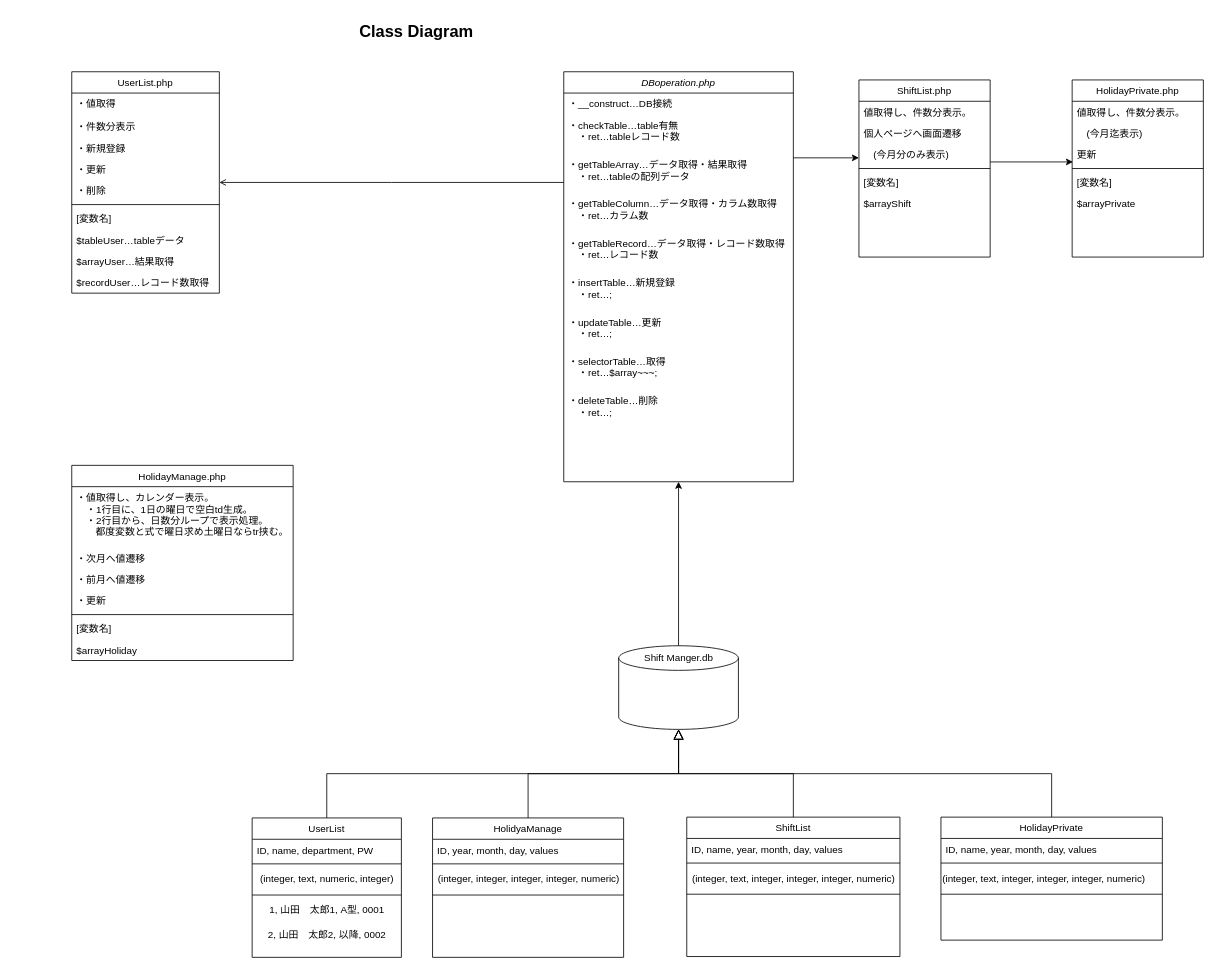
Above: Class Diagram.drawio in koji79/koji79 (draw.io), before the change. Source tidied: cells renumbered, new cells numbered last; positions are measured from the earlier drawing's top-left corner, leaving out a move shared by most shapes. Both pictures are drawn from the tidied source at 82%, with x=0, y=0 at pixel (71, 14).
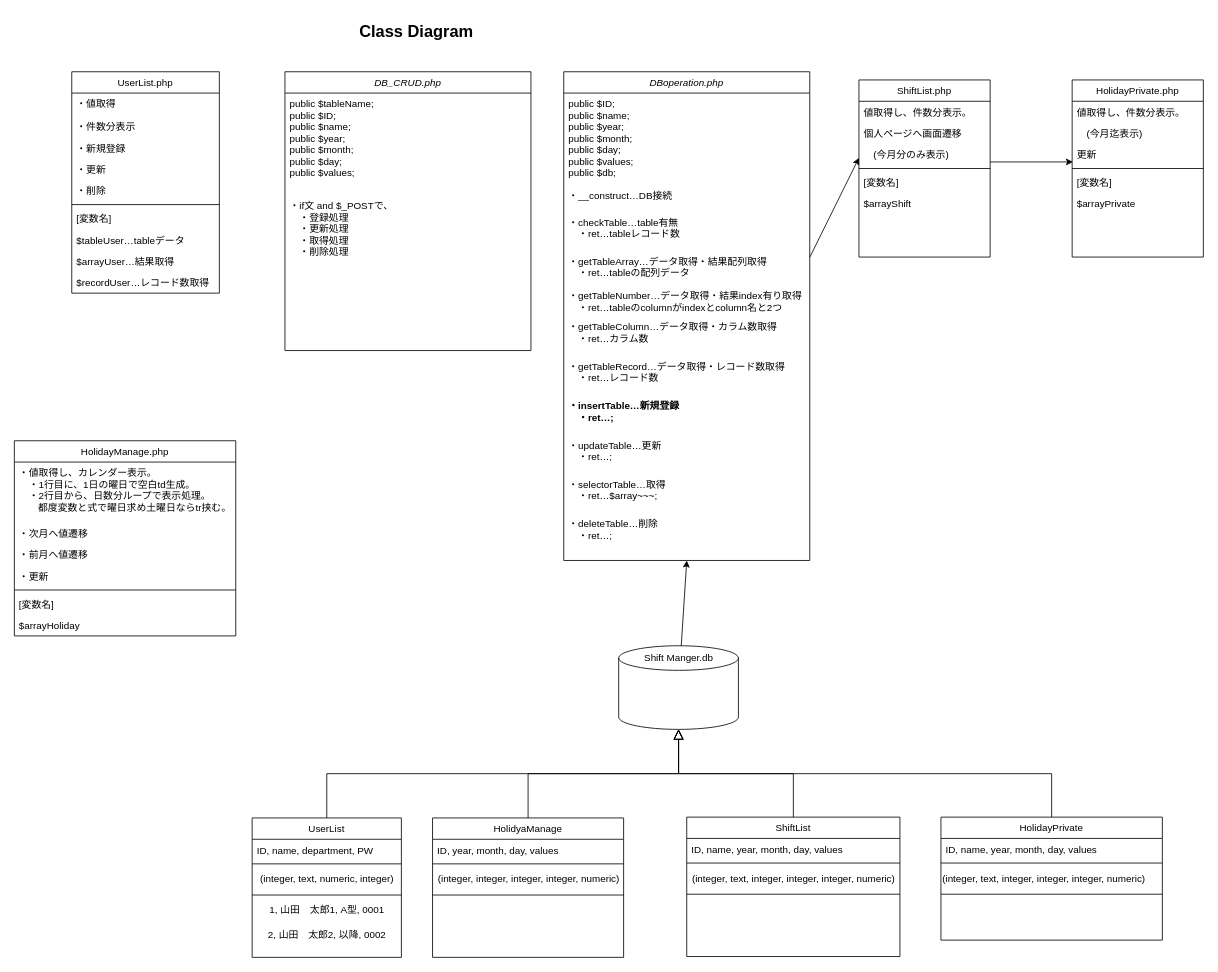
The same page after the edit.

Commit message:
Class Diagram.drawio を更新します

The change refers to these unchanged cells:
```xml
<mxCell id="20" value="UserList.php" style="swimlane;fontStyle=0;align=center;verticalAlign=top;horizontal=1;startSize=26;rounded=0;shadow=0;strokeWidth=1;" parent="1" vertex="1">
  <mxGeometry y="70" width="180" height="270" as="geometry" />
</mxCell>
```

The edit, as a diff of the source:
```diff
@@
     <mxCell id="2" value="DBoperation.php" style="swimlane;fontStyle=2;align=center;verticalAlign=top;horizontal=1;startSize=26;rounded=0;shadow=0;strokeWidth=1;" parent="1" vertex="1">
-      <mxGeometry x="600" y="70" width="280" height="500" as="geometry" />
+      <mxGeometry x="600" y="70" width="300" height="596" as="geometry" />
     </mxCell>
-    <mxCell id="3" value="・__construct…DB接続" style="text;align=left;verticalAlign=top;spacingLeft=4;spacingRight=4;overflow=hidden;" parent="2" vertex="1">
-      <mxGeometry y="26" width="280" height="26" as="geometry" />
+    <mxCell id="3" value="    public $ID;&#10;    public $name;&#10;    public $year;&#10;    public $month;&#10;    public $day;&#10;    public $values;&#10;    public $db;&#10;&#10;・__construct…DB接続" style="text;align=left;verticalAlign=top;spacingLeft=4;spacingRight=4;overflow=hidden;" parent="2" vertex="1">
+      <mxGeometry y="26" width="300" height="144" as="geometry" />
     </mxCell>
     <mxCell id="4" value="・checkTable…table有無&#10;　・ret…tableレコード数" style="text;align=left;verticalAlign=top;spacingLeft=4;spacingRight=4;overflow=hidden;rounded=0;shadow=0;html=0;" parent="2" vertex="1">
-      <mxGeometry y="52" width="280" height="48" as="geometry" />
+      <mxGeometry y="170" width="300" height="48" as="geometry" />
     </mxCell>
-    <mxCell id="5" value="・getTableArray…データ取得・結果取得&#10;　・ret…tableの配列データ&#10;" style="text;align=left;verticalAlign=top;spacingLeft=4;spacingRight=4;overflow=hidden;points=[[0,0.5],[1,0.5]];portConstraint=eastwest;rounded=0;shadow=0;html=0;" parent="2" vertex="1">
-      <mxGeometry y="100" width="280" height="48" as="geometry" />
+    <mxCell id="5" value="・getTableArray…データ取得・結果配列取得&#10;　・ret…tableの配列データ&#10;&#10;・getTableNumber…データ取得・結果index有り取得&#10;　・ret…tableのcolumnがindexとcolumn名と2つ" style="text;align=left;verticalAlign=top;spacingLeft=4;spacingRight=4;overflow=hidden;points=[[0,0.5],[1,0.5]];portConstraint=eastwest;rounded=0;shadow=0;html=0;" parent="2" vertex="1">
+      <mxGeometry y="218" width="300" height="80" as="geometry" />
     </mxCell>
     <mxCell id="6" value="・getTableColumn…データ取得・カラム数取得&#10;　・ret…カラム数&#10;" style="text;align=left;verticalAlign=top;spacingLeft=4;spacingRight=4;overflow=hidden;rounded=0;shadow=0;html=0;" parent="2" vertex="1">
-      <mxGeometry y="148" width="280" height="48" as="geometry" />
+      <mxGeometry y="298" width="300" height="48" as="geometry" />
     </mxCell>
     <mxCell id="7" value="・getTableRecord…データ取得・レコード数取得&#10;　・ret…レコード数&#10;" style="text;align=left;verticalAlign=top;spacingLeft=4;spacingRight=4;overflow=hidden;rounded=0;shadow=0;html=0;" parent="2" vertex="1">
-      <mxGeometry y="196" width="280" height="48" as="geometry" />
+      <mxGeometry y="346" width="300" height="48" as="geometry" />
     </mxCell>
-    <mxCell id="8" value="・insertTable…新規登録&#10;　・ret…;&#10;" style="text;align=left;verticalAlign=top;spacingLeft=4;spacingRight=4;overflow=hidden;rounded=0;shadow=0;html=0;" parent="2" vertex="1">
-      <mxGeometry y="244" width="280" height="48" as="geometry" />
+    <mxCell id="8" value="・insertTable…新規登録&#10;　・ret…;&#10;" style="text;align=left;verticalAlign=top;spacingLeft=4;spacingRight=4;overflow=hidden;rounded=0;shadow=0;html=0;fontStyle=1;" parent="2" vertex="1">
+      <mxGeometry y="394" width="300" height="48" as="geometry" />
     </mxCell>
-    <mxCell id="9" value="・updateTable…更新&#10;　・ret…;&#10;" style="text;align=left;verticalAlign=top;spacingLeft=4;spacingRight=4;overflow=hidden;rounded=0;shadow=0;html=0;" parent="2" vertex="1">
-      <mxGeometry y="292" width="280" height="48" as="geometry" />
+    <mxCell id="9" value="・updateTable…更新&#10;　・ret…;&#10;" style="text;align=left;verticalAlign=top;spacingLeft=4;spacingRight=4;overflow=hidden;rounded=0;shadow=0;html=0;fontStyle=0;" parent="2" vertex="1">
+      <mxGeometry y="442" width="300" height="48" as="geometry" />
     </mxCell>
     <mxCell id="10" value="・selectorTable…取得&#10;　・ret…$array~~~;&#10;" style="text;align=left;verticalAlign=top;spacingLeft=4;spacingRight=4;overflow=hidden;rounded=0;shadow=0;html=0;" parent="2" vertex="1">
-      <mxGeometry y="340" width="280" height="48" as="geometry" />
+      <mxGeometry y="490" width="300" height="48" as="geometry" />
     </mxCell>
     <mxCell id="11" value="・deleteTable…削除&#10;　・ret…;&#10;" style="text;align=left;verticalAlign=top;spacingLeft=4;spacingRight=4;overflow=hidden;rounded=0;shadow=0;html=0;" parent="2" vertex="1">
-      <mxGeometry y="388" width="280" height="48" as="geometry" />
+      <mxGeometry y="538" width="300" height="48" as="geometry" />
     </mxCell>
@@
-    <mxCell id="30" style="endArrow=open;shadow=0;strokeWidth=1;rounded=0;endFill=1;edgeStyle=elbowEdgeStyle;elbow=vertical;" parent="1" edge="1" source="2" target="20">
-      <mxGeometry x="0.5" y="41" relative="1" as="geometry">
-        <mxPoint x="-40" y="32" as="offset" />
-      </mxGeometry>
-    </mxCell>
-    <mxCell id="31" style="align=right;verticalAlign=bottom;labelBackgroundColor=none;fontSize=12;" parent="30" vertex="1">
-      <mxGeometry x="1" relative="1" as="geometry">
-        <mxPoint x="-7" y="4" as="offset" />
-      </mxGeometry>
-    </mxCell>
@@
     <mxCell id="61" value="HolidayManage.php" style="swimlane;fontStyle=0;align=center;verticalAlign=top;horizontal=1;startSize=26;rounded=0;shadow=0;strokeWidth=1;" parent="1" vertex="1">
-      <mxGeometry y="550" width="270" height="238" as="geometry" />
+      <mxGeometry x="-70" y="520" width="270" height="238" as="geometry" />
     </mxCell>
@@
+    <mxCell id="78" value="DB_CRUD.php" style="swimlane;fontStyle=2;align=center;verticalAlign=top;horizontal=1;startSize=26;rounded=0;shadow=0;strokeWidth=1;" parent="1" vertex="1">
+      <mxGeometry x="260" y="70" width="300" height="340" as="geometry" />
+    </mxCell>
+    <mxCell id="79" value="public $tableName;&#10;public $ID;&#10;public $name;&#10;public $year;&#10;public $month;&#10;public $day;&#10;public $values;&#10;" style="text;align=left;verticalAlign=top;spacingLeft=4;spacingRight=4;overflow=hidden;" parent="78" vertex="1">
+      <mxGeometry y="26" width="300" height="124" as="geometry" />
+    </mxCell>
+    <mxCell id="80" value="・if文 and $_POSTで、&#10;　・登録処理&#10;　・更新処理&#10;　・取得処理&#10;　・削除処理" style="text;align=left;verticalAlign=top;spacingLeft=4;spacingRight=4;overflow=hidden;rounded=0;shadow=0;html=0;" parent="78" vertex="1">
+      <mxGeometry y="150" width="300" height="80" as="geometry" />
+    </mxCell>
```
